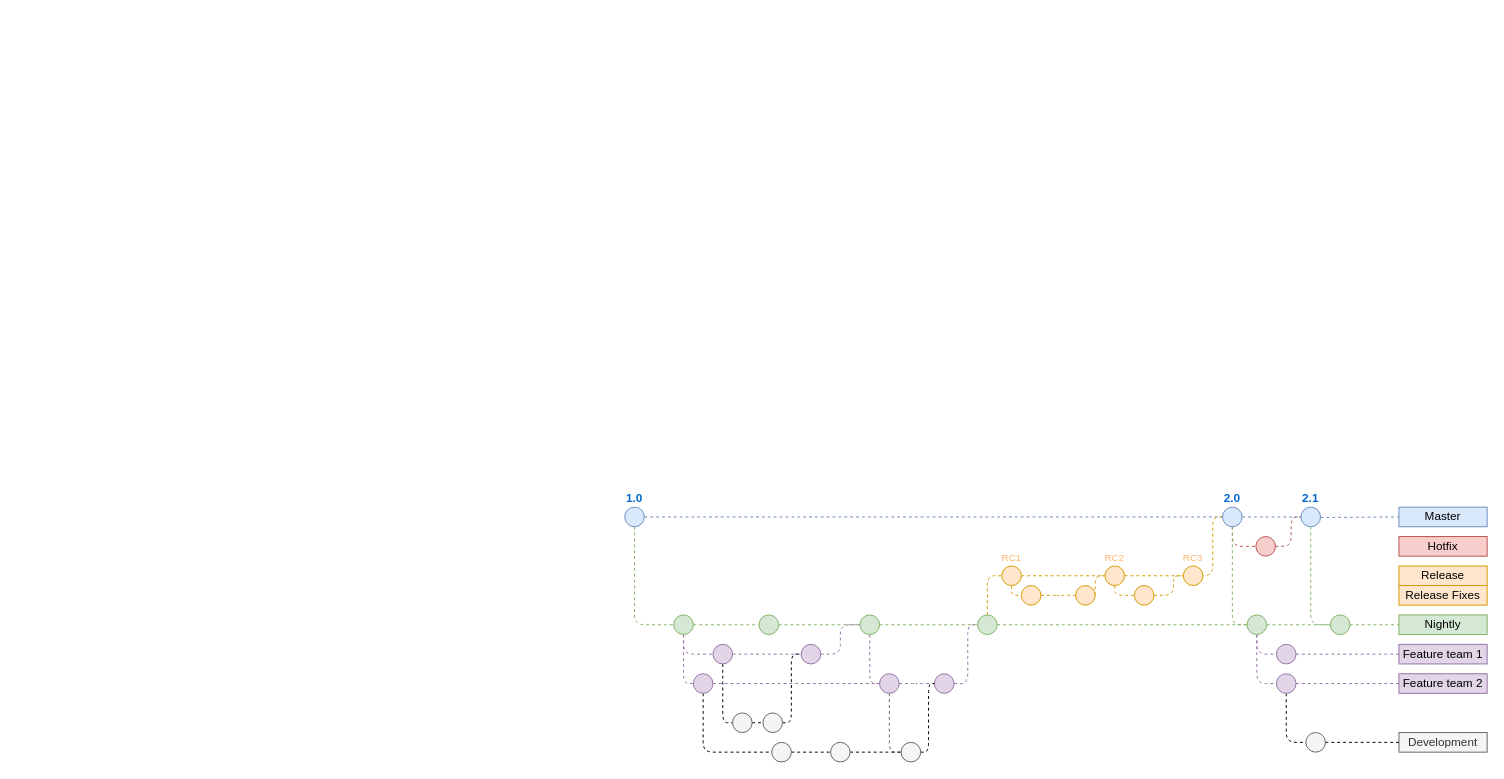
Earlier version of the draw.io diagram Untitled Diagram.drawio (AsatryanKaren/VinLookUp). Source tidied: cells renumbered, new cells numbered last; positions are measured from the earlier drawing's top-left corner, leaving out a move shared by most shapes. Both pictures are drawn from the tidied source at 98%, with x=0, y=0 at pixel (624, 507).
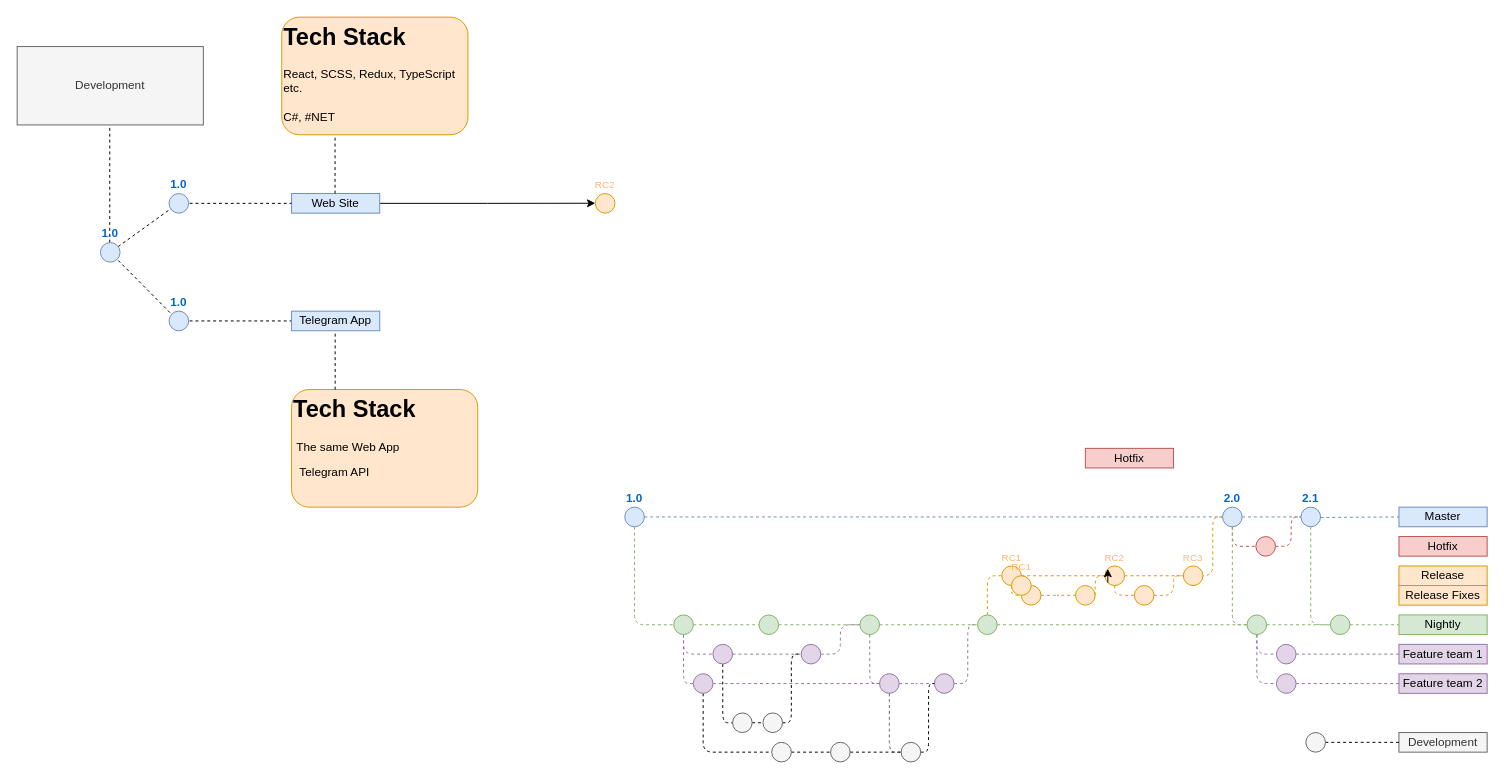
The same page after the edit.

The change refers to these unchanged cells:
```xml
<mxCell id="31" value="RC2" style="ellipse;whiteSpace=wrap;html=1;fontSize=10;labelPosition=center;verticalLabelPosition=top;align=center;verticalAlign=bottom;fillColor=#ffe6cc;strokeColor=#d79b00;fontColor=#FFB570;" parent="1" vertex="1">
  <mxGeometry x="490" y="60" width="20" height="20" as="geometry" />
</mxCell>
<mxCell id="79" style="ellipse;whiteSpace=wrap;html=1;fontSize=12;fillColor=#e1d5e7;strokeColor=#9673a6;" parent="1" vertex="1">
  <mxGeometry x="665" y="170" width="20" height="20" as="geometry" />
</mxCell>
<mxCell id="82" style="ellipse;whiteSpace=wrap;html=1;fontSize=10;fontColor=#333333;fillColor=#f5f5f5;strokeColor=#666666;" parent="1" vertex="1">
  <mxGeometry x="695" y="230" width="20" height="20" as="geometry" />
</mxCell>
```

Change to the diagram source:
```diff
@@
-    <mxCell id="78" style="edgeStyle=orthogonalEdgeStyle;rounded=1;jettySize=auto;html=1;endArrow=none;endFill=0;dashed=1;" parent="1" edge="1" source="79" target="82">
-      <mxGeometry relative="1" as="geometry">
-        <Array as="points">
-          <mxPoint x="675" y="240" />
-        </Array>
-      </mxGeometry>
-    </mxCell>
@@
+    <mxCell id="83" value="Development" style="text;html=1;strokeColor=#666666;fillColor=#f5f5f5;align=center;verticalAlign=middle;whiteSpace=wrap;rounded=0;fontColor=#333333;" parent="1" vertex="1">
+      <mxGeometry x="-620" y="-470" width="190" height="80" as="geometry" />
+    </mxCell>
+    <mxCell id="84" style="endArrow=none;dashed=1;html=1;rounded=0;" parent="1" edge="1">
+      <mxGeometry relative="1" as="geometry">
+        <mxPoint x="-525.5" y="-270" as="sourcePoint" />
+        <mxPoint x="-525.5" y="-390" as="targetPoint" />
+      </mxGeometry>
+    </mxCell>
+    <mxCell id="85" style="edgeStyle=orthogonalEdgeStyle;rounded=0;jettySize=auto;html=1;exitX=1;exitY=0.5;exitDx=0;exitDy=0;" parent="1" edge="1" source="86">
+      <mxGeometry relative="1" as="geometry">
+        <mxPoint x="-30" y="-310.1" as="targetPoint" />
+      </mxGeometry>
+    </mxCell>
+    <mxCell id="86" value="Web Site" style="text;html=1;strokeColor=#6c8ebf;fillColor=#dae8fc;align=center;verticalAlign=middle;whiteSpace=wrap;rounded=0;" parent="1" vertex="1">
+      <mxGeometry x="-340" y="-320" width="90" height="20" as="geometry" />
+    </mxCell>
+    <mxCell id="87" style="endArrow=none;dashed=1;html=1;rounded=0;" parent="1" edge="1">
+      <mxGeometry relative="1" as="geometry">
+        <mxPoint x="-450" y="-310" as="sourcePoint" />
+        <mxPoint x="-340" y="-310" as="targetPoint" />
+      </mxGeometry>
+    </mxCell>
+    <mxCell id="88" style="endArrow=none;dashed=1;html=1;rounded=0;" parent="1" edge="1" source="91">
+      <mxGeometry relative="1" as="geometry">
+        <mxPoint x="-455.6" y="-310" as="targetPoint" />
+      </mxGeometry>
+    </mxCell>
+    <mxCell id="89" style="endArrow=none;dashed=1;html=1;rounded=0;" parent="1" edge="1">
+      <mxGeometry relative="1" as="geometry">
+        <mxPoint x="-450" y="-190" as="sourcePoint" />
+        <mxPoint x="-340" y="-190" as="targetPoint" />
+      </mxGeometry>
+    </mxCell>
+    <mxCell id="90" style="endArrow=none;dashed=1;html=1;rounded=0;" parent="1" edge="1" target="91">
+      <mxGeometry relative="1" as="geometry">
+        <mxPoint x="-455.6" y="-190" as="sourcePoint" />
+      </mxGeometry>
+    </mxCell>
+    <mxCell id="91" value="1.0" style="ellipse;whiteSpace=wrap;html=1;fillColor=#dae8fc;strokeColor=#6c8ebf;fontStyle=1;labelPosition=center;verticalLabelPosition=top;align=center;verticalAlign=bottom;fontColor=#0066CC;" parent="1" vertex="1">
+      <mxGeometry x="-535" y="-270" width="20" height="20" as="geometry" />
+    </mxCell>
+    <mxCell id="92" value="1.0" style="ellipse;whiteSpace=wrap;html=1;fillColor=#dae8fc;strokeColor=#6c8ebf;fontStyle=1;labelPosition=center;verticalLabelPosition=top;align=center;verticalAlign=bottom;fontColor=#0066CC;" parent="1" vertex="1">
+      <mxGeometry x="-465" y="-200" width="20" height="20" as="geometry" />
+    </mxCell>
+    <mxCell id="93" value="Telegram App" style="text;html=1;strokeColor=#6c8ebf;fillColor=#dae8fc;align=center;verticalAlign=middle;whiteSpace=wrap;rounded=0;" parent="1" vertex="1">
+      <mxGeometry x="-340" y="-200" width="90" height="20" as="geometry" />
+    </mxCell>
+    <mxCell id="94" style="endArrow=none;dashed=1;html=1;rounded=0;" parent="1" edge="1">
+      <mxGeometry relative="1" as="geometry">
+        <mxPoint x="-295.6" y="-320" as="sourcePoint" />
+        <mxPoint x="-295.6" y="-380" as="targetPoint" />
+      </mxGeometry>
+    </mxCell>
+    <mxCell id="95" value="Hotfix" style="text;html=1;strokeColor=#b85450;fillColor=#f8cecc;align=center;verticalAlign=middle;whiteSpace=wrap;rounded=0;" parent="1" vertex="1">
+      <mxGeometry x="470" y="-60" width="90" height="20" as="geometry" />
+    </mxCell>
+    <mxCell id="96" value="&lt;h1 style=&quot;margin-top: 0px;&quot;&gt;Tech Stack&lt;/h1&gt;&lt;p&gt;React, SCSS, Redux, TypeScript etc.&lt;br&gt;&lt;br&gt;C#, #NET&lt;/p&gt;" style="text;html=1;whiteSpace=wrap;overflow=hidden;rounded=1;fillColor=#ffe6cc;strokeColor=#d79b00;strokeWidth=1;perimeterSpacing=0;shadow=0;" parent="1" vertex="1">
+      <mxGeometry x="-350" y="-500" width="190" height="120" as="geometry" />
+    </mxCell>
+    <mxCell id="97" value="1.0" style="ellipse;whiteSpace=wrap;html=1;fillColor=#dae8fc;strokeColor=#6c8ebf;fontStyle=1;labelPosition=center;verticalLabelPosition=top;align=center;verticalAlign=bottom;fontColor=#0066CC;" parent="1" vertex="1">
+      <mxGeometry x="-465" y="-320" width="20" height="20" as="geometry" />
+    </mxCell>
+    <mxCell id="98" value="&lt;h1 style=&quot;margin-top: 0px;&quot;&gt;Tech Stack&lt;/h1&gt;&lt;p&gt;&amp;nbsp;The same Web App&lt;br&gt;&lt;/p&gt;&lt;p&gt;&amp;nbsp; Telegram API&lt;/p&gt;" style="text;html=1;whiteSpace=wrap;overflow=hidden;rounded=1;fillColor=#ffe6cc;strokeColor=#d79b00;strokeWidth=1;perimeterSpacing=0;shadow=0;" parent="1" vertex="1">
+      <mxGeometry x="-340" y="-120" width="190" height="120" as="geometry" />
+    </mxCell>
+    <mxCell id="99" style="endArrow=none;dashed=1;html=1;rounded=0;" parent="1" edge="1">
+      <mxGeometry relative="1" as="geometry">
+        <mxPoint x="-295.5" y="-120" as="sourcePoint" />
+        <mxPoint x="-295.5" y="-180" as="targetPoint" />
+      </mxGeometry>
+    </mxCell>
+    <mxCell id="100" value="RC1" style="ellipse;whiteSpace=wrap;html=1;fontSize=10;labelPosition=center;verticalLabelPosition=top;align=center;verticalAlign=bottom;fillColor=#ffe6cc;strokeColor=#d79b00;fontColor=#FFB570;" parent="1" vertex="1">
+      <mxGeometry x="394.7" y="70" width="20" height="20" as="geometry" />
+    </mxCell>
+    <mxCell id="101" style="edgeStyle=orthogonalEdgeStyle;rounded=0;orthogonalLoop=1;jettySize=auto;html=1;exitX=0;exitY=1;exitDx=0;exitDy=0;entryX=0;entryY=0;entryDx=0;entryDy=0;" parent="1" edge="1" source="31" target="31">
+      <mxGeometry relative="1" as="geometry" />
+    </mxCell>
+    <mxCell id="102" value="RC2" style="ellipse;whiteSpace=wrap;html=1;fontSize=10;labelPosition=center;verticalLabelPosition=top;align=center;verticalAlign=bottom;fillColor=#ffe6cc;strokeColor=#d79b00;fontColor=#FFB570;" parent="1" vertex="1">
+      <mxGeometry x="-30" y="-320" width="20" height="20" as="geometry" />
+    </mxCell>
```
